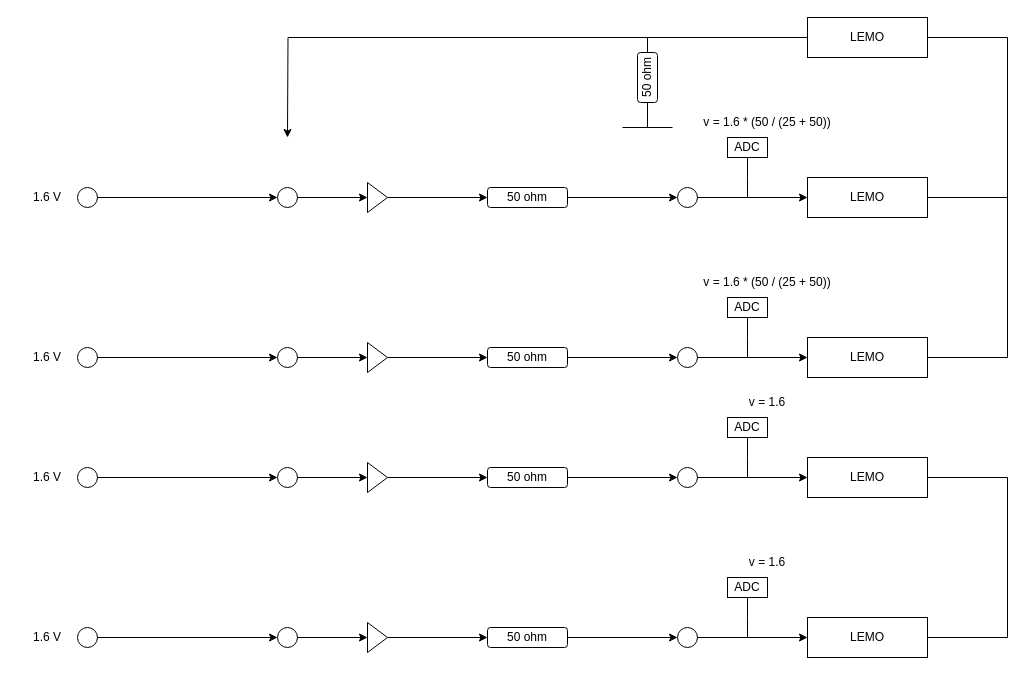
Earlier version of the draw.io diagram page "Page-2" (2 of 7) of WIB_QC.drawio (lkebnl/Draw_IO). Source tidied: cells renumbered, new cells numbered last; positions are measured from the earlier drawing's top-left corner, leaving out a move shared by most shapes. Both pictures are drawn from the tidied source at 100%, with x=0, y=0 at pixel (17, 17).
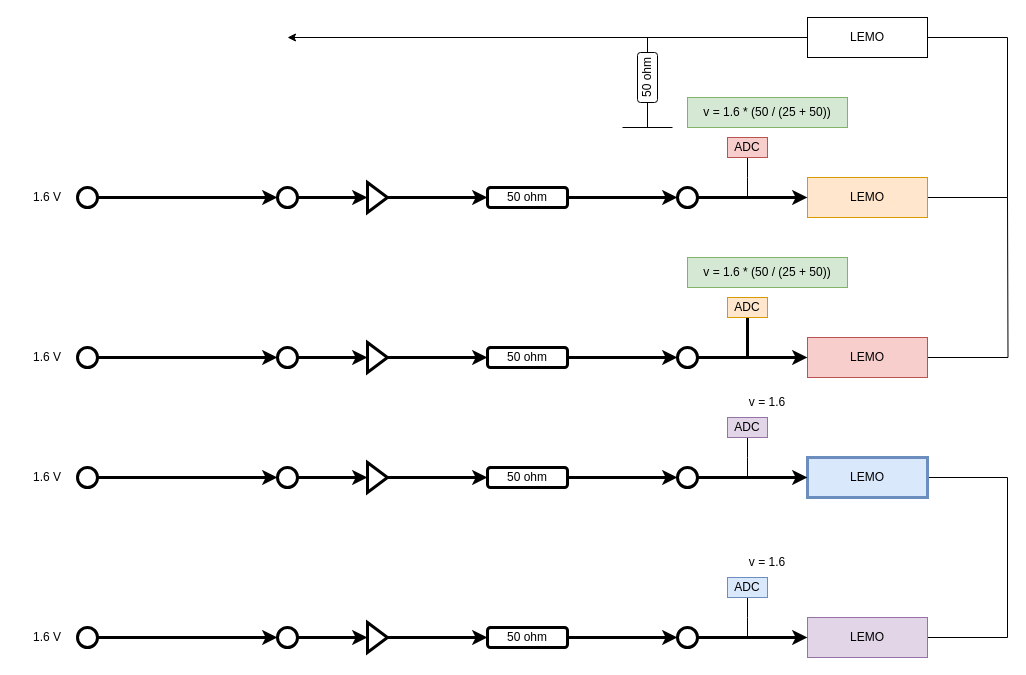
After the change.

Unchanged cells that the change refers to:
```xml
<mxCell id="54" value="LEMO" style="rounded=0;whiteSpace=wrap;html=1;" parent="1" vertex="1">
  <mxGeometry x="790" width="120" height="40" as="geometry" />
</mxCell>
```

Diff of the diagram source:
```diff
@@
+    <mxCell id="7" style="edgeStyle=orthogonalEdgeStyle;rounded=0;jettySize=auto;html=1;exitX=1;exitY=0.5;exitDx=0;exitDy=0;entryX=0;entryY=0.5;entryDx=0;entryDy=0;strokeWidth=3;" parent="1" edge="1" source="2" target="3">
+      <mxGeometry relative="1" as="geometry" />
+    </mxCell>
-    <mxCell id="2" style="ellipse;whiteSpace=wrap;html=1;" parent="1" vertex="1">
+    <mxCell id="2" style="ellipse;whiteSpace=wrap;html=1;strokeWidth=3;" parent="1" vertex="1">
       <mxGeometry x="60" y="170" width="20" height="20" as="geometry" />
     </mxCell>
-    <mxCell id="3" style="ellipse;whiteSpace=wrap;html=1;" parent="1" vertex="1">
+    <mxCell id="3" style="ellipse;whiteSpace=wrap;html=1;strokeWidth=3;" parent="1" vertex="1">
       <mxGeometry x="260" y="170" width="20" height="20" as="geometry" />
     </mxCell>
-    <mxCell id="4" style="triangle;whiteSpace=wrap;html=1;" parent="1" vertex="1">
+    <mxCell id="4" style="triangle;whiteSpace=wrap;html=1;strokeWidth=3;" parent="1" vertex="1">
       <mxGeometry x="350" y="165" width="20" height="30" as="geometry" />
     </mxCell>
-    <mxCell id="5" value="50 ohm" style="rounded=1;whiteSpace=wrap;html=1;" parent="1" vertex="1">
+    <mxCell id="5" value="50 ohm" style="rounded=1;whiteSpace=wrap;html=1;strokeWidth=3;" parent="1" vertex="1">
       <mxGeometry x="470" y="170" width="80" height="20" as="geometry" />
     </mxCell>
-    <mxCell id="6" style="ellipse;whiteSpace=wrap;html=1;" parent="1" vertex="1">
+    <mxCell id="6" style="ellipse;whiteSpace=wrap;html=1;strokeWidth=3;" parent="1" vertex="1">
       <mxGeometry x="660" y="170" width="20" height="20" as="geometry" />
     </mxCell>
-    <mxCell id="7" style="endArrow=classic;html=1;rounded=0;exitX=1;exitY=0.5;exitDx=0;exitDy=0;entryX=0;entryY=0.5;entryDx=0;entryDy=0;" parent="1" edge="1" source="2" target="3">
-      <mxGeometry relative="1" as="geometry" />
-    </mxCell>
-    <mxCell id="8" style="endArrow=classic;html=1;rounded=0;exitX=1;exitY=0.5;exitDx=0;exitDy=0;entryX=0;entryY=0.5;entryDx=0;entryDy=0;" parent="1" edge="1" source="3" target="4">
+    <mxCell id="8" style="endArrow=classic;html=1;rounded=0;exitX=1;exitY=0.5;exitDx=0;exitDy=0;entryX=0;entryY=0.5;entryDx=0;entryDy=0;strokeWidth=3;" parent="1" edge="1" source="3" target="4">
       <mxGeometry relative="1" as="geometry" />
     </mxCell>
-    <mxCell id="9" style="endArrow=classic;html=1;rounded=0;entryX=0;entryY=0.5;entryDx=0;entryDy=0;" parent="1" edge="1" target="5">
+    <mxCell id="9" style="endArrow=classic;html=1;rounded=0;entryX=0;entryY=0.5;entryDx=0;entryDy=0;strokeWidth=3;" parent="1" edge="1" target="5">
       <mxGeometry relative="1" as="geometry">
         <mxPoint x="370" y="180" as="sourcePoint" />
       </mxGeometry>
     </mxCell>
-    <mxCell id="10" style="endArrow=classic;html=1;rounded=0;entryX=0;entryY=0.5;entryDx=0;entryDy=0;" parent="1" edge="1" target="6">
+    <mxCell id="10" style="endArrow=classic;html=1;rounded=0;entryX=0;entryY=0.5;entryDx=0;entryDy=0;strokeWidth=3;" parent="1" edge="1" target="6">
       <mxGeometry relative="1" as="geometry">
         <mxPoint x="550" y="180" as="sourcePoint" />
       </mxGeometry>
     </mxCell>
-    <mxCell id="11" style="edgeStyle=orthogonalEdgeStyle;rounded=0;jettySize=auto;html=1;exitX=1;exitY=0.5;exitDx=0;exitDy=0;entryX=1;entryY=0.5;entryDx=0;entryDy=0;endArrow=none;startFill=0;" parent="1" edge="1" source="13" target="24">
-      <mxGeometry relative="1" as="geometry">
-        <Array as="points">
-          <mxPoint x="990" y="180" />
-          <mxPoint x="990" y="340" />
-        </Array>
-      </mxGeometry>
-    </mxCell>
@@
-    <mxCell id="13" value="LEMO" style="rounded=0;whiteSpace=wrap;html=1;" parent="1" vertex="1">
+    <mxCell id="13" value="LEMO" style="rounded=0;whiteSpace=wrap;html=1;fillColor=#ffe6cc;strokeColor=#d79b00;" parent="1" vertex="1">
       <mxGeometry x="790" y="160" width="120" height="40" as="geometry" />
     </mxCell>
-    <mxCell id="14" style="endArrow=classic;html=1;rounded=0;" parent="1" edge="1">
+    <mxCell id="14" style="endArrow=classic;html=1;rounded=0;strokeWidth=3;" parent="1" edge="1">
       <mxGeometry relative="1" as="geometry">
         <mxPoint x="680" y="180" as="sourcePoint" />
         <mxPoint x="790" y="180" as="targetPoint" />
       </mxGeometry>
     </mxCell>
-    <mxCell id="15" style="ellipse;whiteSpace=wrap;html=1;" parent="1" vertex="1">
+    <mxCell id="15" style="ellipse;whiteSpace=wrap;html=1;strokeWidth=3;" parent="1" vertex="1">
       <mxGeometry x="60" y="330" width="20" height="20" as="geometry" />
     </mxCell>
-    <mxCell id="16" style="ellipse;whiteSpace=wrap;html=1;" parent="1" vertex="1">
+    <mxCell id="16" style="ellipse;whiteSpace=wrap;html=1;strokeWidth=3;" parent="1" vertex="1">
       <mxGeometry x="260" y="330" width="20" height="20" as="geometry" />
     </mxCell>
-    <mxCell id="17" style="triangle;whiteSpace=wrap;html=1;" parent="1" vertex="1">
+    <mxCell id="17" style="triangle;whiteSpace=wrap;html=1;strokeWidth=3;" parent="1" vertex="1">
       <mxGeometry x="350" y="325" width="20" height="30" as="geometry" />
     </mxCell>
-    <mxCell id="18" value="50 ohm" style="rounded=1;whiteSpace=wrap;html=1;" parent="1" vertex="1">
+    <mxCell id="18" value="50 ohm" style="rounded=1;whiteSpace=wrap;html=1;strokeWidth=3;" parent="1" vertex="1">
       <mxGeometry x="470" y="330" width="80" height="20" as="geometry" />
     </mxCell>
-    <mxCell id="19" style="ellipse;whiteSpace=wrap;html=1;" parent="1" vertex="1">
+    <mxCell id="19" style="ellipse;whiteSpace=wrap;html=1;strokeWidth=3;" parent="1" vertex="1">
       <mxGeometry x="660" y="330" width="20" height="20" as="geometry" />
     </mxCell>
-    <mxCell id="20" style="endArrow=classic;html=1;rounded=0;exitX=1;exitY=0.5;exitDx=0;exitDy=0;entryX=0;entryY=0.5;entryDx=0;entryDy=0;" parent="1" edge="1" source="15" target="16">
+    <mxCell id="20" style="endArrow=classic;html=1;rounded=0;exitX=1;exitY=0.5;exitDx=0;exitDy=0;entryX=0;entryY=0.5;entryDx=0;entryDy=0;strokeWidth=3;" parent="1" edge="1" source="15" target="16">
       <mxGeometry relative="1" as="geometry" />
     </mxCell>
-    <mxCell id="21" style="endArrow=classic;html=1;rounded=0;exitX=1;exitY=0.5;exitDx=0;exitDy=0;entryX=0;entryY=0.5;entryDx=0;entryDy=0;" parent="1" edge="1" source="16" target="17">
+    <mxCell id="21" style="endArrow=classic;html=1;rounded=0;exitX=1;exitY=0.5;exitDx=0;exitDy=0;entryX=0;entryY=0.5;entryDx=0;entryDy=0;strokeWidth=3;" parent="1" edge="1" source="16" target="17">
       <mxGeometry relative="1" as="geometry" />
     </mxCell>
-    <mxCell id="22" style="endArrow=classic;html=1;rounded=0;entryX=0;entryY=0.5;entryDx=0;entryDy=0;" parent="1" edge="1" target="18">
+    <mxCell id="22" style="endArrow=classic;html=1;rounded=0;entryX=0;entryY=0.5;entryDx=0;entryDy=0;strokeWidth=3;" parent="1" edge="1" target="18">
       <mxGeometry relative="1" as="geometry">
         <mxPoint x="370" y="340" as="sourcePoint" />
       </mxGeometry>
     </mxCell>
-    <mxCell id="23" style="endArrow=classic;html=1;rounded=0;entryX=0;entryY=0.5;entryDx=0;entryDy=0;" parent="1" edge="1" target="19">
+    <mxCell id="23" style="endArrow=classic;html=1;rounded=0;entryX=0;entryY=0.5;entryDx=0;entryDy=0;strokeWidth=3;" parent="1" edge="1" target="19">
       <mxGeometry relative="1" as="geometry">
         <mxPoint x="550" y="340" as="sourcePoint" />
       </mxGeometry>
     </mxCell>
+    <mxCell id="71" style="edgeStyle=orthogonalEdgeStyle;rounded=0;jettySize=auto;html=1;exitX=1;exitY=0.5;exitDx=0;exitDy=0;endArrow=none;startFill=0;" parent="1" edge="1" source="24">
+      <mxGeometry relative="1" as="geometry">
+        <mxPoint x="990" y="180" as="targetPoint" />
+      </mxGeometry>
+    </mxCell>
-    <mxCell id="24" value="LEMO" style="rounded=0;whiteSpace=wrap;html=1;" parent="1" vertex="1">
+    <mxCell id="24" value="LEMO" style="rounded=0;whiteSpace=wrap;html=1;fillColor=#f8cecc;strokeColor=#b85450;" parent="1" vertex="1">
       <mxGeometry x="790" y="320" width="120" height="40" as="geometry" />
     </mxCell>
-    <mxCell id="25" style="endArrow=classic;html=1;rounded=0;" parent="1" edge="1">
+    <mxCell id="25" style="endArrow=classic;html=1;rounded=0;strokeWidth=3;" parent="1" edge="1">
       <mxGeometry relative="1" as="geometry">
         <mxPoint x="680" y="340" as="sourcePoint" />
         <mxPoint x="790" y="340" as="targetPoint" />
       </mxGeometry>
     </mxCell>
-    <mxCell id="26" style="ellipse;whiteSpace=wrap;html=1;" parent="1" vertex="1">
+    <mxCell id="26" style="ellipse;whiteSpace=wrap;html=1;strokeWidth=3;" parent="1" vertex="1">
       <mxGeometry x="60" y="450" width="20" height="20" as="geometry" />
     </mxCell>
-    <mxCell id="27" style="ellipse;whiteSpace=wrap;html=1;" parent="1" vertex="1">
+    <mxCell id="27" style="ellipse;whiteSpace=wrap;html=1;strokeWidth=3;" parent="1" vertex="1">
       <mxGeometry x="260" y="450" width="20" height="20" as="geometry" />
     </mxCell>
-    <mxCell id="28" style="triangle;whiteSpace=wrap;html=1;" parent="1" vertex="1">
+    <mxCell id="28" style="triangle;whiteSpace=wrap;html=1;strokeWidth=3;" parent="1" vertex="1">
       <mxGeometry x="350" y="445" width="20" height="30" as="geometry" />
     </mxCell>
-    <mxCell id="29" value="50 ohm" style="rounded=1;whiteSpace=wrap;html=1;" parent="1" vertex="1">
+    <mxCell id="29" value="50 ohm" style="rounded=1;whiteSpace=wrap;html=1;strokeWidth=3;" parent="1" vertex="1">
       <mxGeometry x="470" y="450" width="80" height="20" as="geometry" />
     </mxCell>
-    <mxCell id="30" style="ellipse;whiteSpace=wrap;html=1;" parent="1" vertex="1">
+    <mxCell id="30" style="ellipse;whiteSpace=wrap;html=1;strokeWidth=3;" parent="1" vertex="1">
       <mxGeometry x="660" y="450" width="20" height="20" as="geometry" />
     </mxCell>
-    <mxCell id="31" style="endArrow=classic;html=1;rounded=0;exitX=1;exitY=0.5;exitDx=0;exitDy=0;entryX=0;entryY=0.5;entryDx=0;entryDy=0;" parent="1" edge="1" source="26" target="27">
+    <mxCell id="31" style="endArrow=classic;html=1;rounded=0;exitX=1;exitY=0.5;exitDx=0;exitDy=0;entryX=0;entryY=0.5;entryDx=0;entryDy=0;strokeWidth=3;" parent="1" edge="1" source="26" target="27">
       <mxGeometry relative="1" as="geometry" />
     </mxCell>
-    <mxCell id="32" style="endArrow=classic;html=1;rounded=0;exitX=1;exitY=0.5;exitDx=0;exitDy=0;entryX=0;entryY=0.5;entryDx=0;entryDy=0;" parent="1" edge="1" source="27" target="28">
+    <mxCell id="32" style="endArrow=classic;html=1;rounded=0;exitX=1;exitY=0.5;exitDx=0;exitDy=0;entryX=0;entryY=0.5;entryDx=0;entryDy=0;strokeWidth=3;" parent="1" edge="1" source="27" target="28">
       <mxGeometry relative="1" as="geometry" />
     </mxCell>
-    <mxCell id="33" style="endArrow=classic;html=1;rounded=0;entryX=0;entryY=0.5;entryDx=0;entryDy=0;" parent="1" edge="1" target="29">
+    <mxCell id="33" style="endArrow=classic;html=1;rounded=0;entryX=0;entryY=0.5;entryDx=0;entryDy=0;strokeWidth=3;" parent="1" edge="1" target="29">
       <mxGeometry relative="1" as="geometry">
         <mxPoint x="370" y="460" as="sourcePoint" />
       </mxGeometry>
     </mxCell>
-    <mxCell id="34" style="endArrow=classic;html=1;rounded=0;entryX=0;entryY=0.5;entryDx=0;entryDy=0;" parent="1" edge="1" target="30">
+    <mxCell id="34" style="endArrow=classic;html=1;rounded=0;entryX=0;entryY=0.5;entryDx=0;entryDy=0;strokeWidth=3;" parent="1" edge="1" target="30">
       <mxGeometry relative="1" as="geometry">
         <mxPoint x="550" y="460" as="sourcePoint" />
       </mxGeometry>
     </mxCell>
@@
-    <mxCell id="36" value="LEMO" style="rounded=0;whiteSpace=wrap;html=1;" parent="1" vertex="1">
+    <mxCell id="36" value="LEMO" style="rounded=0;whiteSpace=wrap;html=1;fillColor=#dae8fc;strokeColor=#6c8ebf;strokeWidth=3;" parent="1" vertex="1">
       <mxGeometry x="790" y="440" width="120" height="40" as="geometry" />
     </mxCell>
-    <mxCell id="37" style="endArrow=classic;html=1;rounded=0;" parent="1" edge="1">
+    <mxCell id="37" style="endArrow=classic;html=1;rounded=0;strokeWidth=3;" parent="1" edge="1">
       <mxGeometry relative="1" as="geometry">
         <mxPoint x="680" y="460" as="sourcePoint" />
         <mxPoint x="790" y="460" as="targetPoint" />
       </mxGeometry>
     </mxCell>
-    <mxCell id="38" style="ellipse;whiteSpace=wrap;html=1;" parent="1" vertex="1">
+    <mxCell id="38" style="ellipse;whiteSpace=wrap;html=1;strokeWidth=3;" parent="1" vertex="1">
       <mxGeometry x="60" y="610" width="20" height="20" as="geometry" />
     </mxCell>
-    <mxCell id="39" style="ellipse;whiteSpace=wrap;html=1;" parent="1" vertex="1">
+    <mxCell id="39" style="ellipse;whiteSpace=wrap;html=1;strokeWidth=3;" parent="1" vertex="1">
       <mxGeometry x="260" y="610" width="20" height="20" as="geometry" />
     </mxCell>
-    <mxCell id="40" style="triangle;whiteSpace=wrap;html=1;" parent="1" vertex="1">
+    <mxCell id="40" style="triangle;whiteSpace=wrap;html=1;strokeWidth=3;" parent="1" vertex="1">
       <mxGeometry x="350" y="605" width="20" height="30" as="geometry" />
     </mxCell>
-    <mxCell id="41" value="50 ohm" style="rounded=1;whiteSpace=wrap;html=1;" parent="1" vertex="1">
+    <mxCell id="41" value="50 ohm" style="rounded=1;whiteSpace=wrap;html=1;strokeWidth=3;" parent="1" vertex="1">
       <mxGeometry x="470" y="610" width="80" height="20" as="geometry" />
     </mxCell>
-    <mxCell id="42" style="ellipse;whiteSpace=wrap;html=1;" parent="1" vertex="1">
+    <mxCell id="42" style="ellipse;whiteSpace=wrap;html=1;strokeWidth=3;" parent="1" vertex="1">
       <mxGeometry x="660" y="610" width="20" height="20" as="geometry" />
     </mxCell>
-    <mxCell id="43" style="endArrow=classic;html=1;rounded=0;exitX=1;exitY=0.5;exitDx=0;exitDy=0;entryX=0;entryY=0.5;entryDx=0;entryDy=0;" parent="1" edge="1" source="38" target="39">
+    <mxCell id="43" style="endArrow=classic;html=1;rounded=0;exitX=1;exitY=0.5;exitDx=0;exitDy=0;entryX=0;entryY=0.5;entryDx=0;entryDy=0;strokeWidth=3;" parent="1" edge="1" source="38" target="39">
       <mxGeometry relative="1" as="geometry" />
     </mxCell>
-    <mxCell id="44" style="endArrow=classic;html=1;rounded=0;exitX=1;exitY=0.5;exitDx=0;exitDy=0;entryX=0;entryY=0.5;entryDx=0;entryDy=0;" parent="1" edge="1" source="39" target="40">
+    <mxCell id="44" style="endArrow=classic;html=1;rounded=0;exitX=1;exitY=0.5;exitDx=0;exitDy=0;entryX=0;entryY=0.5;entryDx=0;entryDy=0;strokeWidth=3;" parent="1" edge="1" source="39" target="40">
       <mxGeometry relative="1" as="geometry" />
     </mxCell>
-    <mxCell id="45" style="endArrow=classic;html=1;rounded=0;entryX=0;entryY=0.5;entryDx=0;entryDy=0;" parent="1" edge="1" target="41">
+    <mxCell id="45" style="endArrow=classic;html=1;rounded=0;entryX=0;entryY=0.5;entryDx=0;entryDy=0;strokeWidth=3;" parent="1" edge="1" target="41">
       <mxGeometry relative="1" as="geometry">
         <mxPoint x="370" y="620" as="sourcePoint" />
       </mxGeometry>
     </mxCell>
-    <mxCell id="46" style="endArrow=classic;html=1;rounded=0;entryX=0;entryY=0.5;entryDx=0;entryDy=0;" parent="1" edge="1" target="42">
+    <mxCell id="46" style="endArrow=classic;html=1;rounded=0;entryX=0;entryY=0.5;entryDx=0;entryDy=0;strokeWidth=3;" parent="1" edge="1" target="42">
       <mxGeometry relative="1" as="geometry">
         <mxPoint x="550" y="620" as="sourcePoint" />
       </mxGeometry>
     </mxCell>
-    <mxCell id="47" value="LEMO" style="rounded=0;whiteSpace=wrap;html=1;" parent="1" vertex="1">
+    <mxCell id="47" value="LEMO" style="rounded=0;whiteSpace=wrap;html=1;fillColor=#e1d5e7;strokeColor=#9673a6;" parent="1" vertex="1">
       <mxGeometry x="790" y="600" width="120" height="40" as="geometry" />
     </mxCell>
-    <mxCell id="48" style="endArrow=classic;html=1;rounded=0;" parent="1" edge="1">
+    <mxCell id="48" style="endArrow=classic;html=1;rounded=0;strokeWidth=3;" parent="1" edge="1">
       <mxGeometry relative="1" as="geometry">
         <mxPoint x="680" y="620" as="sourcePoint" />
         <mxPoint x="790" y="620" as="targetPoint" />
       </mxGeometry>
     </mxCell>
-    <mxCell id="49" value="1.6 V" style="text;html=1;align=center;verticalAlign=middle;whiteSpace=wrap;rounded=0;" parent="1" vertex="1">
+    <mxCell id="49" value="1.6 V" style="text;html=1;align=center;verticalAlign=middle;whiteSpace=wrap;rounded=0;strokeWidth=3;" parent="1" vertex="1">
       <mxGeometry y="165" width="60" height="30" as="geometry" />
     </mxCell>
-    <mxCell id="50" value="1.6 V" style="text;html=1;align=center;verticalAlign=middle;whiteSpace=wrap;rounded=0;" parent="1" vertex="1">
+    <mxCell id="50" value="1.6 V" style="text;html=1;align=center;verticalAlign=middle;whiteSpace=wrap;rounded=0;strokeWidth=3;" parent="1" vertex="1">
       <mxGeometry y="325" width="60" height="30" as="geometry" />
     </mxCell>
-    <mxCell id="51" value="1.6 V" style="text;html=1;align=center;verticalAlign=middle;whiteSpace=wrap;rounded=0;" parent="1" vertex="1">
+    <mxCell id="51" value="1.6 V" style="text;html=1;align=center;verticalAlign=middle;whiteSpace=wrap;rounded=0;strokeWidth=3;" parent="1" vertex="1">
       <mxGeometry y="445" width="60" height="30" as="geometry" />
     </mxCell>
-    <mxCell id="52" value="1.6 V" style="text;html=1;align=center;verticalAlign=middle;whiteSpace=wrap;rounded=0;" parent="1" vertex="1">
+    <mxCell id="52" value="1.6 V" style="text;html=1;align=center;verticalAlign=middle;whiteSpace=wrap;rounded=0;strokeWidth=3;" parent="1" vertex="1">
       <mxGeometry y="605" width="60" height="30" as="geometry" />
     </mxCell>
-    <mxCell id="53" style="edgeStyle=orthogonalEdgeStyle;rounded=0;jettySize=auto;html=1;exitX=0;exitY=0.5;exitDx=0;exitDy=0;" parent="1" edge="1" source="54">
-      <mxGeometry relative="1" as="geometry">
-        <mxPoint x="270" y="120" as="targetPoint" />
-      </mxGeometry>
-    </mxCell>
+    <mxCell id="72" style="edgeStyle=orthogonalEdgeStyle;rounded=0;jettySize=auto;html=1;exitX=0;exitY=0.5;exitDx=0;exitDy=0;" parent="1" edge="1" source="54">
+      <mxGeometry relative="1" as="geometry">
+        <mxPoint x="270" y="20" as="targetPoint" />
+      </mxGeometry>
+    </mxCell>
@@
-    <mxCell id="56" value="ADC" style="rounded=0;whiteSpace=wrap;html=1;" parent="1" vertex="1">
+    <mxCell id="56" value="ADC" style="rounded=0;whiteSpace=wrap;html=1;fillColor=#f8cecc;strokeColor=#b85450;" parent="1" vertex="1">
       <mxGeometry x="710" y="120" width="40" height="20" as="geometry" />
     </mxCell>
-    <mxCell id="57" style="edgeStyle=orthogonalEdgeStyle;rounded=0;jettySize=auto;html=1;exitX=0.5;exitY=1;exitDx=0;exitDy=0;endArrow=none;startFill=0;" parent="1" edge="1" source="58">
+    <mxCell id="57" style="edgeStyle=orthogonalEdgeStyle;rounded=0;jettySize=auto;html=1;exitX=0.5;exitY=1;exitDx=0;exitDy=0;endArrow=none;startFill=0;strokeWidth=3;" parent="1" edge="1" source="58">
       <mxGeometry relative="1" as="geometry">
         <mxPoint x="730" y="340" as="targetPoint" />
       </mxGeometry>
     </mxCell>
-    <mxCell id="58" value="ADC" style="rounded=0;whiteSpace=wrap;html=1;" parent="1" vertex="1">
+    <mxCell id="58" value="ADC" style="rounded=0;whiteSpace=wrap;html=1;fillColor=#ffe6cc;strokeColor=#d79b00;" parent="1" vertex="1">
       <mxGeometry x="710" y="280" width="40" height="20" as="geometry" />
     </mxCell>
@@
-    <mxCell id="60" value="ADC" style="rounded=0;whiteSpace=wrap;html=1;" parent="1" vertex="1">
+    <mxCell id="60" value="ADC" style="rounded=0;whiteSpace=wrap;html=1;fillColor=#e1d5e7;strokeColor=#9673a6;" parent="1" vertex="1">
       <mxGeometry x="710" y="400" width="40" height="20" as="geometry" />
     </mxCell>
@@
-    <mxCell id="62" value="ADC" style="rounded=0;whiteSpace=wrap;html=1;" parent="1" vertex="1">
+    <mxCell id="62" value="ADC" style="rounded=0;whiteSpace=wrap;html=1;fillColor=#dae8fc;strokeColor=#6c8ebf;" parent="1" vertex="1">
       <mxGeometry x="710" y="560" width="40" height="20" as="geometry" />
     </mxCell>
@@
-    <mxCell id="67" value="v = 1.6 * (50 / (25 + 50))" style="text;html=1;align=center;verticalAlign=middle;whiteSpace=wrap;rounded=0;" parent="1" vertex="1">
-      <mxGeometry x="670" y="90" width="160" height="30" as="geometry" />
+    <mxCell id="67" value="v = 1.6 * (50 / (25 + 50))" style="text;html=1;align=center;verticalAlign=middle;whiteSpace=wrap;rounded=0;fillColor=#d5e8d4;strokeColor=#82b366;" parent="1" vertex="1">
+      <mxGeometry x="670" y="80" width="160" height="30" as="geometry" />
     </mxCell>
-    <mxCell id="68" value="v = 1.6 * (50 / (25 + 50))" style="text;html=1;align=center;verticalAlign=middle;whiteSpace=wrap;rounded=0;" parent="1" vertex="1">
-      <mxGeometry x="670" y="250" width="160" height="30" as="geometry" />
+    <mxCell id="68" value="v = 1.6 * (50 / (25 + 50))" style="text;html=1;align=center;verticalAlign=middle;whiteSpace=wrap;rounded=0;fillColor=#d5e8d4;strokeColor=#82b366;" parent="1" vertex="1">
+      <mxGeometry x="670" y="240" width="160" height="30" as="geometry" />
     </mxCell>
```
